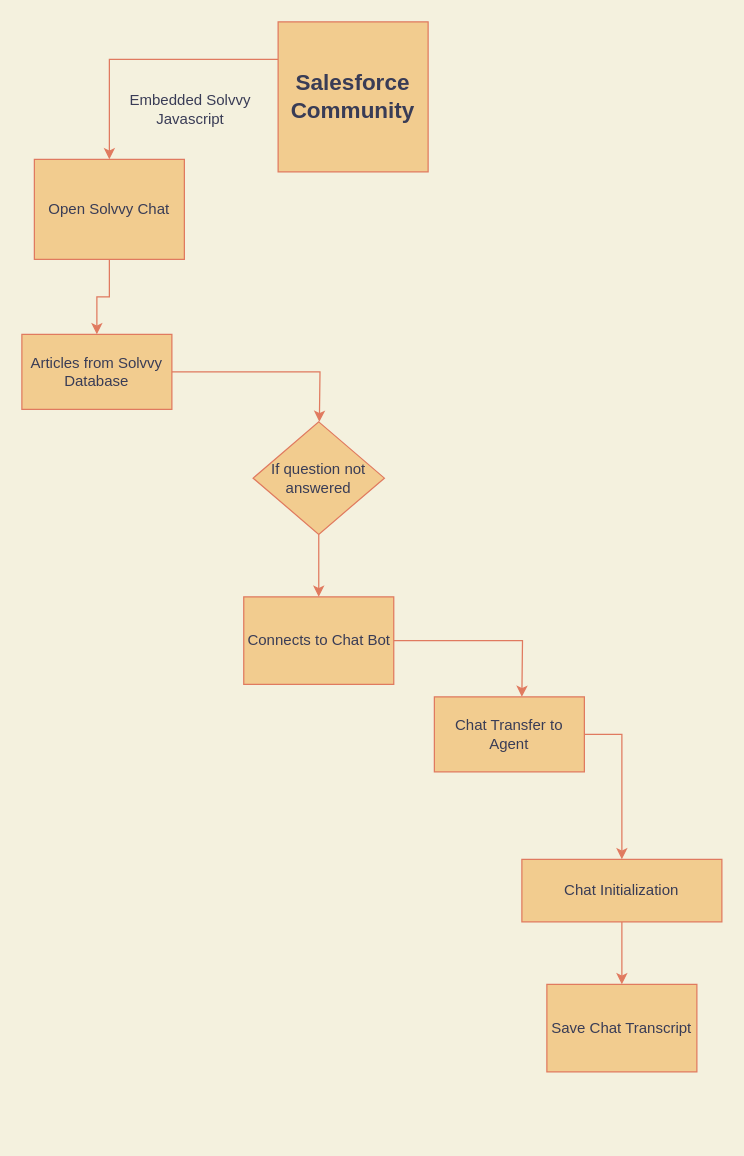
ChandraVarkole/Personal_DEV keeps this draw.io diagram as page "Page-2" (2 of 2) of Untitled Diagram.drawio. Above is the earlier version. Source tidied: cells renumbered, new cells numbered last; positions are measured from the earlier drawing's top-left corner, leaving out a move shared by most shapes. Both pictures are drawn from the tidied source at 125%, with x=0, y=0 at pixel (21, 21).
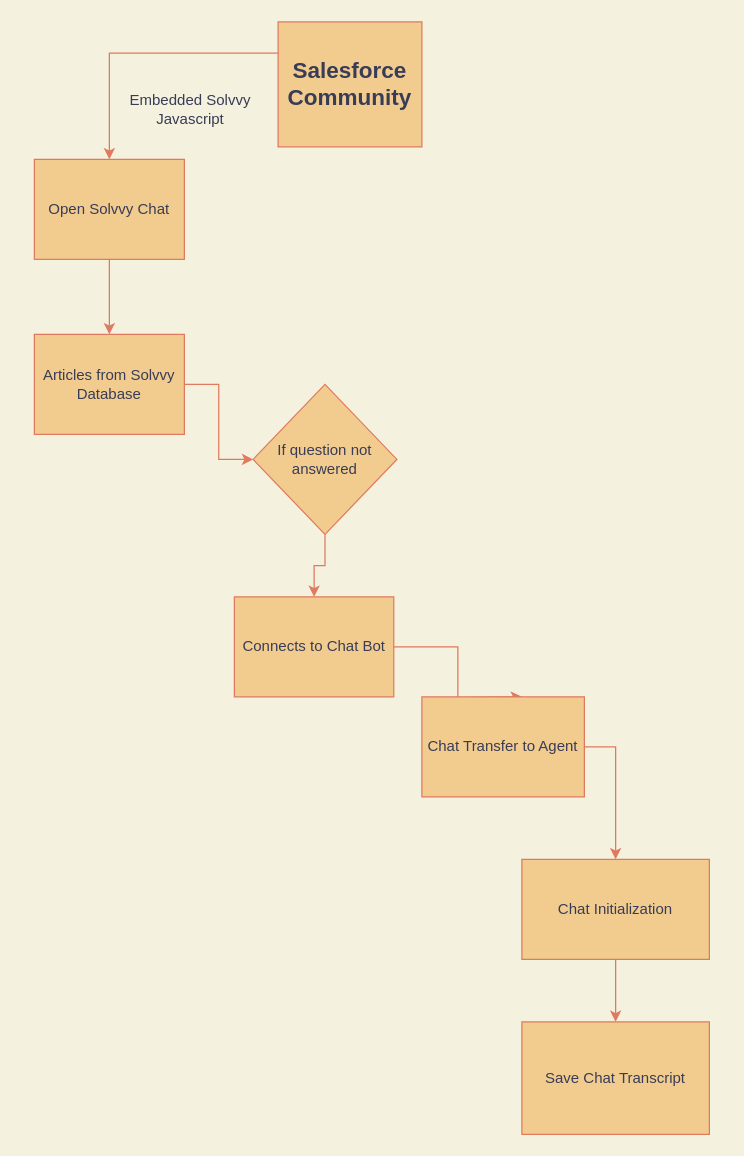
The same diagram, later.

Commit message:
Solvvy_Architecture_Diagram

The edit, as a diff of the source:
```diff
@@
     <mxCell id="3" value="&lt;h2&gt;Salesforce Community&lt;/h2&gt;" style="rounded=0;whiteSpace=wrap;html=1;fillColor=#F2CC8F;strokeColor=#E07A5F;fontColor=#393C56;" parent="1" vertex="1">
-      <mxGeometry x="205" width="120" height="120" as="geometry" />
+      <mxGeometry x="205" width="115" height="100" as="geometry" />
     </mxCell>
@@
-    <mxCell id="5" style="edgeStyle=orthogonalEdgeStyle;rounded=0;jettySize=auto;html=1;exitX=1;exitY=0.5;exitDx=0;exitDy=0;labelBackgroundColor=#F4F1DE;strokeColor=#E07A5F;fontColor=#393C56;" parent="1" edge="1" source="13">
-      <mxGeometry relative="1" as="geometry">
-        <mxPoint x="238" y="320" as="targetPoint" />
-      </mxGeometry>
+    <mxCell id="5" style="edgeStyle=orthogonalEdgeStyle;rounded=0;jettySize=auto;html=1;exitX=1;exitY=0.5;exitDx=0;exitDy=0;labelBackgroundColor=#F4F1DE;strokeColor=#E07A5F;fontColor=#393C56;" parent="1" edge="1" source="13" target="6">
+      <mxGeometry relative="1" as="geometry" />
     </mxCell>
     <mxCell id="6" value="If question not answered" style="rhombus;whiteSpace=wrap;html=1;fillColor=#F2CC8F;strokeColor=#E07A5F;fontColor=#393C56;" parent="1" vertex="1">
-      <mxGeometry x="185" y="320" width="105" height="90" as="geometry" />
+      <mxGeometry x="185" y="290" width="115" height="120" as="geometry" />
     </mxCell>
@@
     <mxCell id="9" value="Chat Transfer to Agent" style="rounded=0;whiteSpace=wrap;html=1;fillColor=#F2CC8F;strokeColor=#E07A5F;fontColor=#393C56;" parent="1" vertex="1">
-      <mxGeometry x="330" y="540" width="120" height="60" as="geometry" />
+      <mxGeometry x="320" y="540" width="130" height="80" as="geometry" />
     </mxCell>
@@
     <mxCell id="11" value="Chat Initialization" style="rounded=0;whiteSpace=wrap;html=1;fillColor=#F2CC8F;strokeColor=#E07A5F;fontColor=#393C56;" parent="1" vertex="1">
-      <mxGeometry x="400" y="670" width="160" height="50" as="geometry" />
+      <mxGeometry x="400" y="670" width="150" height="80" as="geometry" />
     </mxCell>
-    <mxCell id="12" value="Save Chat Transcript" style="rounded=0;whiteSpace=wrap;html=1;fillColor=#F2CC8F;strokeColor=#E07A5F;fontColor=#393C56;" parent="1" vertex="1">
-      <mxGeometry x="420" y="770" width="120" height="70" as="geometry" />
+    <mxCell id="12" value="Save&amp;nbsp;Chat Transcript" style="rounded=0;whiteSpace=wrap;html=1;fillColor=#F2CC8F;strokeColor=#E07A5F;fontColor=#393C56;" parent="1" vertex="1">
+      <mxGeometry x="400" y="800" width="150" height="90" as="geometry" />
     </mxCell>
     <mxCell id="13" value="Articles from Solvvy Database" style="rounded=0;whiteSpace=wrap;html=1;fillColor=#F2CC8F;strokeColor=#E07A5F;fontColor=#393C56;" parent="1" vertex="1">
-      <mxGeometry y="250" width="120" height="60" as="geometry" />
+      <mxGeometry x="10" y="250" width="120" height="80" as="geometry" />
     </mxCell>
@@
     <mxCell id="15" value="Connects to Chat Bot" style="rounded=0;whiteSpace=wrap;html=1;fillColor=#F2CC8F;strokeColor=#E07A5F;fontColor=#393C56;" parent="1" vertex="1">
-      <mxGeometry x="177.5" y="460" width="120" height="70" as="geometry" />
+      <mxGeometry x="170" y="460" width="127.5" height="80" as="geometry" />
     </mxCell>
```
